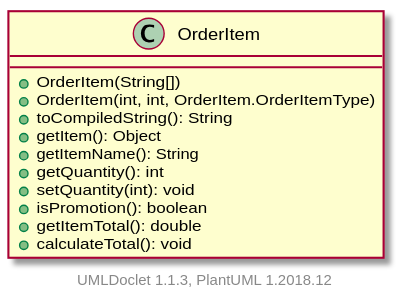
This is projects/oodp/html/umlversion/uml/sg.edu.ntu.scse.cz2002.features.OrderItem.svg from itachi1706/How-to-use-Git-NTUSCSE1819-Site, a PlantUML export, as it was before one commit.
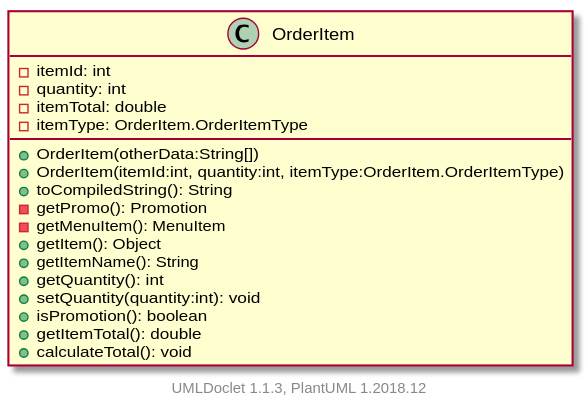
Later version of the same file.

The edit, as a diff of the source:
```diff
@@ -1,13 +1,19 @@
 @startuml
 
-    class OrderItem {
-        +OrderItem(String[])
-        +OrderItem(int, int, OrderItem.OrderItemType)
+    class OrderItem [[../sg/edu/ntu/scse/cz2002/features/OrderItem.html]] {
+        -itemId: int
+        -quantity: int
+        -itemTotal: double
+        -itemType: OrderItem.OrderItemType
+        +OrderItem(otherData:String[])
+        +OrderItem(itemId:int, quantity:int, itemType:OrderItem.OrderItemType)
         +toCompiledString(): String
+        -getPromo(): Promotion
+        -getMenuItem(): MenuItem
         +getItem(): Object
         +getItemName(): String
         +getQuantity(): int
-        +setQuantity(int): void
+        +setQuantity(quantity:int): void
         +isPromotion(): boolean
         +getItemTotal(): double
         +calculateTotal(): void
```
